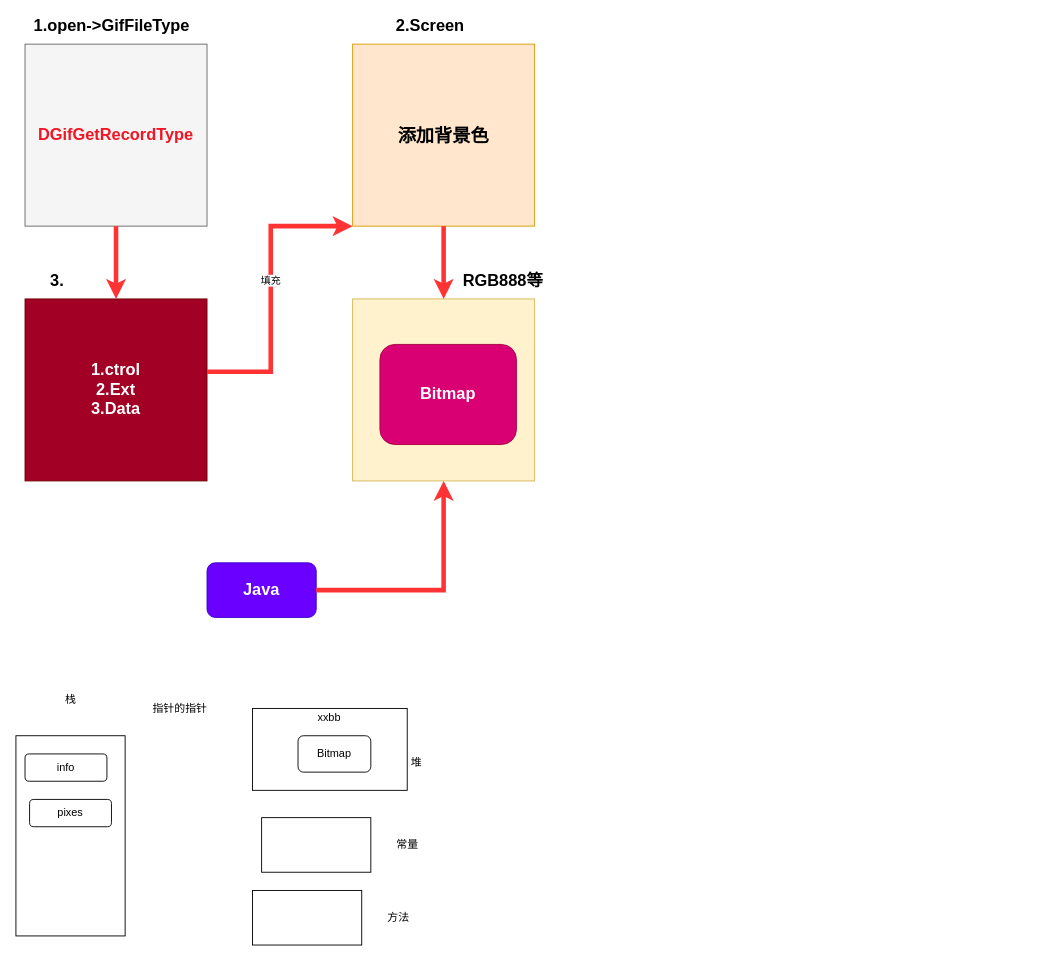
zcwfeng/zcw_android_demo keeps this draw.io diagram as page "giflib" (8 of 9) of docs/架构.drawio. Above is the earlier version. Source tidied: cells renumbered, new cells numbered last; positions are measured from the earlier drawing's top-left corner, leaving out a move shared by most shapes. Both pictures are drawn from the tidied source at 91%, with x=0, y=0 at pixel (15, 16).
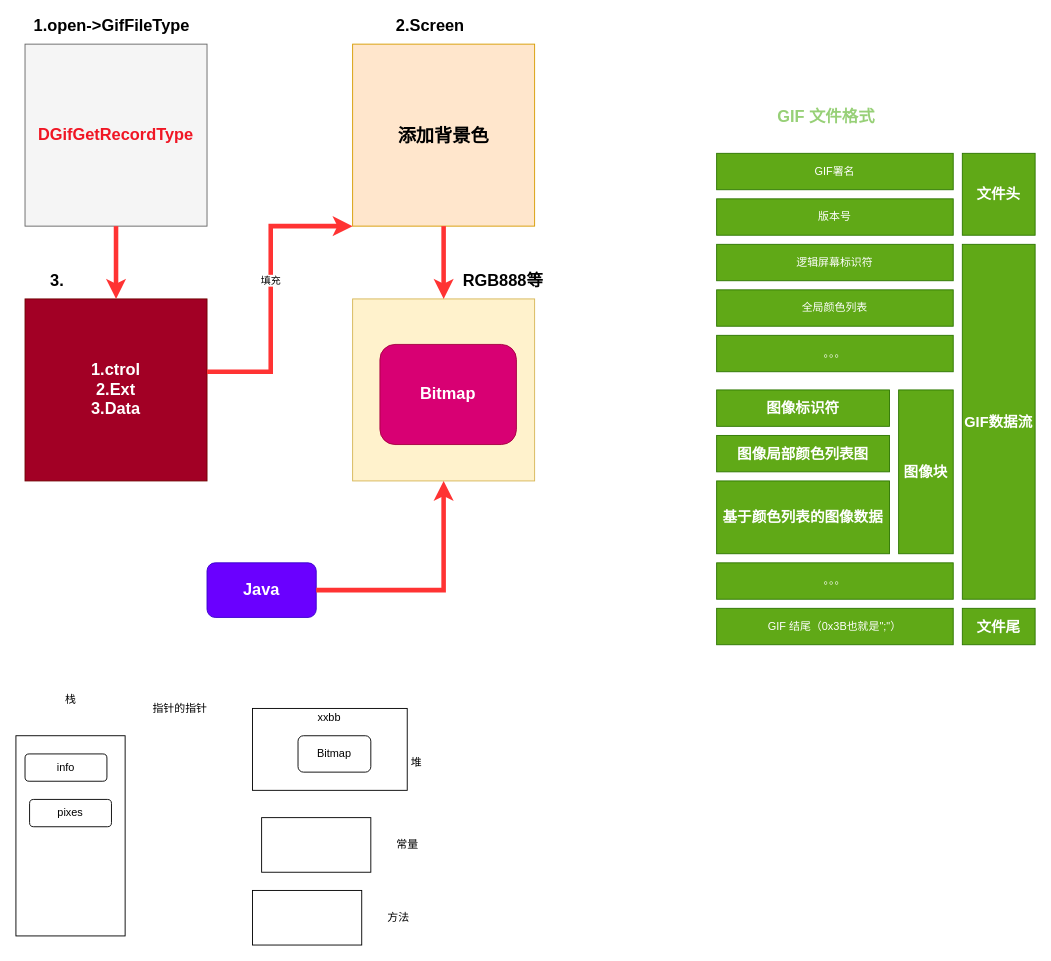
The same diagram, later.

Diff of the diagram source:
```diff
@@
+    <mxCell id="34" style="group;" parent="1" vertex="1">
+      <mxGeometry x="770" y="100" width="350" height="590" as="geometry" />
+    </mxCell>
+    <mxCell id="35" value="GIF署名" style="rounded=0;whiteSpace=wrap;html=1;fillColor=#60a917;strokeColor=#2D7600;fontColor=#ffffff;" parent="34" vertex="1">
+      <mxGeometry y="50" width="260" height="40" as="geometry" />
+    </mxCell>
+    <mxCell id="36" value="&lt;b&gt;&lt;font style=&quot;font-size: 18px&quot; color=&quot;#97d077&quot;&gt;GIF 文件格式&lt;/font&gt;&lt;/b&gt;" style="text;html=1;align=center;verticalAlign=middle;" parent="34" vertex="1">
+      <mxGeometry x="60" width="120" height="20" as="geometry" />
+    </mxCell>
+    <mxCell id="37" value="版本号" style="rounded=0;whiteSpace=wrap;html=1;fillColor=#60a917;strokeColor=#2D7600;fontColor=#ffffff;" parent="34" vertex="1">
+      <mxGeometry y="100" width="260" height="40" as="geometry" />
+    </mxCell>
+    <mxCell id="38" value="逻辑屏幕标识符" style="rounded=0;whiteSpace=wrap;html=1;fillColor=#60a917;strokeColor=#2D7600;fontColor=#ffffff;" parent="34" vertex="1">
+      <mxGeometry y="150" width="260" height="40" as="geometry" />
+    </mxCell>
+    <mxCell id="39" value="。。。" style="rounded=0;whiteSpace=wrap;html=1;fillColor=#60a917;strokeColor=#2D7600;fontColor=#ffffff;" parent="34" vertex="1">
+      <mxGeometry y="500" width="260" height="40" as="geometry" />
+    </mxCell>
+    <mxCell id="40" value="。。。" style="rounded=0;whiteSpace=wrap;html=1;fillColor=#60a917;strokeColor=#2D7600;fontColor=#ffffff;" parent="34" vertex="1">
+      <mxGeometry y="250" width="260" height="40" as="geometry" />
+    </mxCell>
+    <mxCell id="41" value="&lt;b&gt;&lt;font style=&quot;font-size: 16px&quot;&gt;图像标识符&lt;/font&gt;&lt;/b&gt;" style="rounded=0;whiteSpace=wrap;html=1;fillColor=#60a917;strokeColor=#2D7600;fontColor=#ffffff;" parent="34" vertex="1">
+      <mxGeometry y="310" width="190" height="40" as="geometry" />
+    </mxCell>
+    <mxCell id="42" value="全局颜色列表" style="rounded=0;whiteSpace=wrap;html=1;fillColor=#60a917;strokeColor=#2D7600;fontColor=#ffffff;" parent="34" vertex="1">
+      <mxGeometry y="200" width="260" height="40" as="geometry" />
+    </mxCell>
+    <mxCell id="43" value="&lt;b&gt;&lt;font style=&quot;font-size: 16px&quot;&gt;基于颜色列表的图像数据&lt;/font&gt;&lt;/b&gt;" style="rounded=0;whiteSpace=wrap;html=1;fillColor=#60a917;strokeColor=#2D7600;fontColor=#ffffff;" parent="34" vertex="1">
+      <mxGeometry y="410" width="190" height="80" as="geometry" />
+    </mxCell>
+    <mxCell id="44" value="&lt;b&gt;&lt;font style=&quot;font-size: 16px&quot;&gt;图像局部颜色列表图&lt;/font&gt;&lt;/b&gt;" style="rounded=0;whiteSpace=wrap;html=1;fillColor=#60a917;strokeColor=#2D7600;fontColor=#ffffff;" parent="34" vertex="1">
+      <mxGeometry y="360" width="190" height="40" as="geometry" />
+    </mxCell>
+    <mxCell id="45" value="GIF 结尾（0x3B也就是&quot;;&quot;）" style="rounded=0;whiteSpace=wrap;html=1;fillColor=#60a917;strokeColor=#2D7600;fontColor=#ffffff;" parent="34" vertex="1">
+      <mxGeometry y="550" width="260" height="40" as="geometry" />
+    </mxCell>
+    <mxCell id="46" value="&lt;b&gt;&lt;font style=&quot;font-size: 16px&quot;&gt;图像块&lt;/font&gt;&lt;/b&gt;" style="rounded=0;whiteSpace=wrap;html=1;fillColor=#60a917;strokeColor=#2D7600;fontColor=#ffffff;" parent="34" vertex="1">
+      <mxGeometry x="200" y="310" width="60" height="180" as="geometry" />
+    </mxCell>
+    <mxCell id="47" value="&lt;span style=&quot;font-size: 16px&quot;&gt;&lt;b&gt;GIF数据流&lt;/b&gt;&lt;/span&gt;" style="rounded=0;whiteSpace=wrap;html=1;fillColor=#60a917;strokeColor=#2D7600;fontColor=#ffffff;" parent="34" vertex="1">
+      <mxGeometry x="270" y="150" width="80" height="390" as="geometry" />
+    </mxCell>
+    <mxCell id="48" value="&lt;span style=&quot;font-size: 16px&quot;&gt;&lt;b&gt;文件尾&lt;/b&gt;&lt;/span&gt;" style="rounded=0;whiteSpace=wrap;html=1;fillColor=#60a917;strokeColor=#2D7600;fontColor=#ffffff;" parent="34" vertex="1">
+      <mxGeometry x="270" y="550" width="80" height="40" as="geometry" />
+    </mxCell>
+    <mxCell id="49" value="&lt;span style=&quot;font-size: 16px&quot;&gt;&lt;b&gt;文件头&lt;/b&gt;&lt;/span&gt;" style="rounded=0;whiteSpace=wrap;html=1;fillColor=#60a917;strokeColor=#2D7600;fontColor=#ffffff;" parent="34" vertex="1">
+      <mxGeometry x="270" y="50" width="80" height="90" as="geometry" />
+    </mxCell>
```
